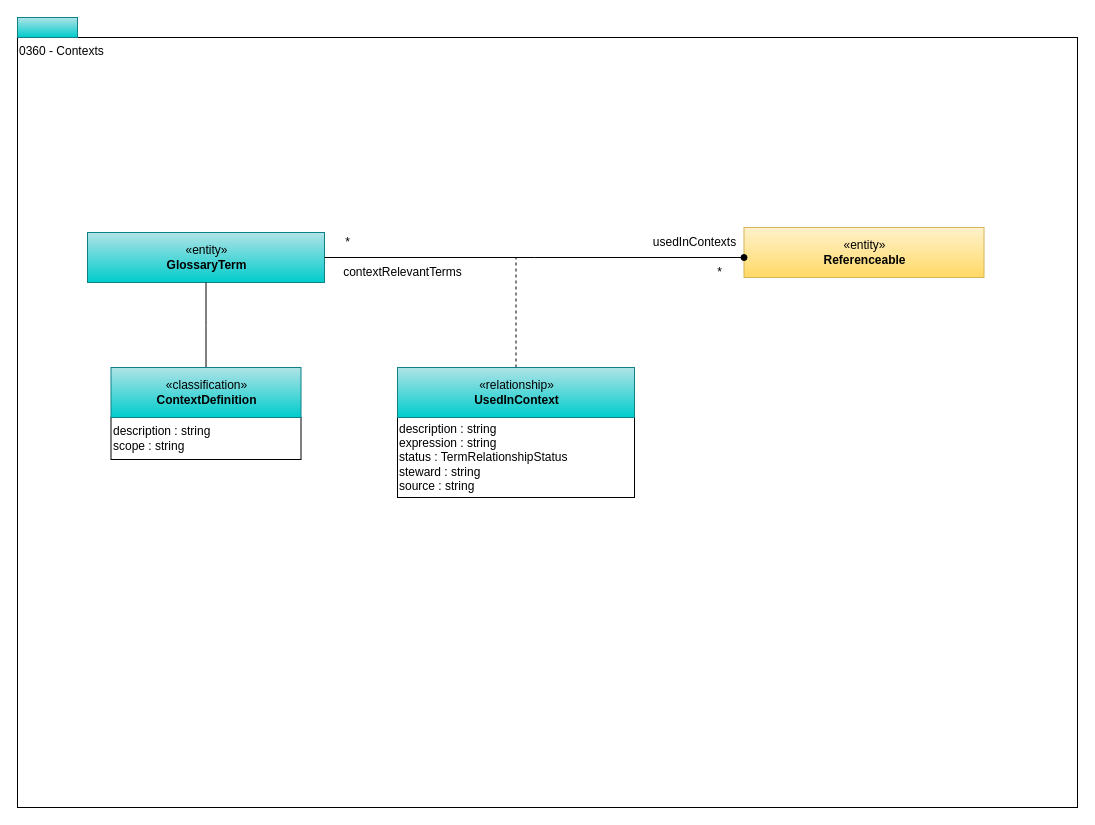
odpi/egeria-docs keeps this draw.io diagram as page "0360-Contexts" (8 of 13) of site/docs/types/3/area-3-glossary.drawio. Above is the earlier version. Source tidied: cells renumbered, new cells numbered last; positions are measured from the earlier drawing's top-left corner, leaving out a move shared by most shapes. Both pictures are drawn from the tidied source at 100%, with x=0, y=0 at pixel (17, 17).
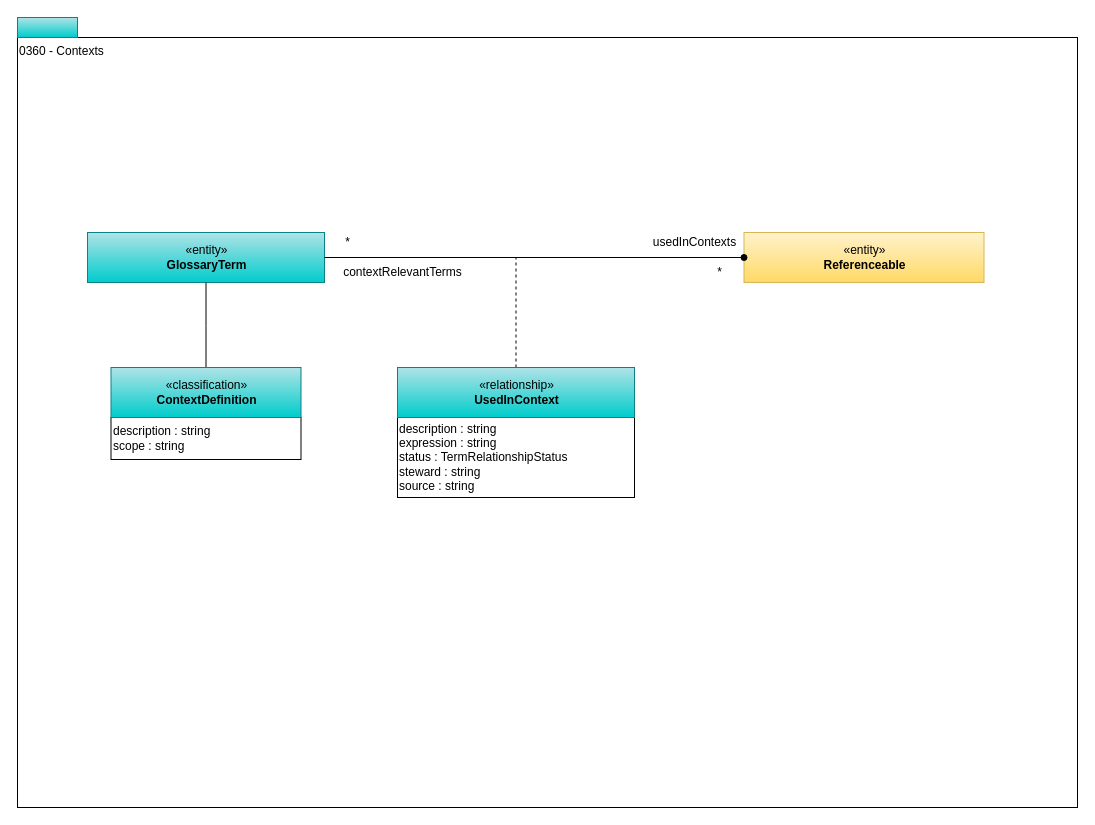
Above is the later version.

The edit, as a diff of the source:
```diff
@@
 <mxGraphModel>
   <root>
     <mxCell id="0" />
     <mxCell id="1" parent="0" />
     <mxCell id="2" value="0360 - Contexts" style="rounded=0;whiteSpace=wrap;html=1;align=left;verticalAlign=top;" parent="1" vertex="1">
       <mxGeometry y="20" width="1060" height="770" as="geometry" />
     </mxCell>
     <mxCell id="3" style="rounded=0;whiteSpace=wrap;html=1;align=left;fillColor=#b0e3e6;strokeColor=#0e8088;gradientColor=#00CCCC;" parent="1" vertex="1">
       <mxGeometry width="60" height="20" as="geometry" />
     </mxCell>
     <mxCell id="4" value="description : string&lt;br&gt;expression : string&lt;br&gt;status : TermRelationshipStatus&lt;br&gt;steward : string&lt;br&gt;source : string" style="rounded=0;whiteSpace=wrap;html=1;strokeColor=#000000;gradientColor=#ffffff;align=left;" parent="1" vertex="1">
       <mxGeometry x="380" y="400" width="237" height="80" as="geometry" />
     </mxCell>
     <mxCell id="5" style="edgeStyle=orthogonalEdgeStyle;rounded=0;jettySize=auto;html=1;endArrow=none;endFill=0;dashed=1;" parent="1" edge="1" source="6">
       <mxGeometry relative="1" as="geometry">
         <mxPoint x="498.5" y="240" as="targetPoint" />
       </mxGeometry>
     </mxCell>
     <mxCell id="6" value="«relationship»&lt;br&gt;&lt;b&gt;UsedInContext&lt;/b&gt;" style="html=1;strokeColor=#0e8088;align=center;fillColor=#b0e3e6;gradientColor=#00CCCC;" parent="1" vertex="1">
       <mxGeometry x="380" y="350" width="237" height="50" as="geometry" />
     </mxCell>
     <mxCell id="7" value="«entity»&lt;br&gt;&lt;b&gt;GlossaryTerm&lt;/b&gt;" style="html=1;strokeColor=#0e8088;align=center;fillColor=#b0e3e6;gradientColor=#00CCCC;" parent="1" vertex="1">
       <mxGeometry x="70" y="215" width="237" height="50" as="geometry" />
     </mxCell>
     <mxCell id="8" value="contextRelevantTerms" style="text;html=1;align=center;verticalAlign=middle;" parent="1" vertex="1">
       <mxGeometry x="320" y="245" width="130" height="20" as="geometry" />
     </mxCell>
     <mxCell id="9" value="usedInContexts" style="text;html=1;align=center;verticalAlign=middle;" parent="1" vertex="1">
       <mxGeometry x="626.5" y="215" width="100" height="20" as="geometry" />
     </mxCell>
     <mxCell id="10" value="*" style="text;html=1;align=center;verticalAlign=middle;" parent="1" vertex="1">
       <mxGeometry x="320" y="215" width="20" height="20" as="geometry" />
     </mxCell>
     <mxCell id="11" value="*" style="text;html=1;align=center;verticalAlign=middle;" parent="1" vertex="1">
       <mxGeometry x="691.5" y="245" width="20" height="20" as="geometry" />
     </mxCell>
     <mxCell id="12" value="description : string&lt;br&gt;scope : string&lt;br&gt;&lt;div style=&quot;text-align: left&quot;&gt;&lt;/div&gt;" style="rounded=0;whiteSpace=wrap;html=1;strokeColor=#000000;gradientColor=#ffffff;align=left;" parent="1" vertex="1">
       <mxGeometry x="93.5" y="400" width="190" height="42" as="geometry" />
     </mxCell>
     <mxCell id="13" style="edgeStyle=orthogonalEdgeStyle;rounded=0;jettySize=auto;html=1;exitX=0.5;exitY=0;exitDx=0;exitDy=0;endArrow=none;endFill=0;" parent="1" edge="1" source="14">
       <mxGeometry relative="1" as="geometry">
         <mxPoint x="188.5" y="265" as="targetPoint" />
       </mxGeometry>
     </mxCell>
     <mxCell id="14" value="«classification»&lt;br&gt;&lt;b&gt;ContextDefinition&lt;/b&gt;" style="html=1;strokeColor=#0e8088;align=center;fillColor=#b0e3e6;gradientColor=#00CCCC;" parent="1" vertex="1">
       <mxGeometry x="93.5" y="350" width="190" height="50" as="geometry" />
     </mxCell>
     <mxCell id="15" value="«entity»&lt;br&gt;&lt;b&gt;Referenceable&lt;/b&gt;" style="html=1;strokeColor=#d6b656;align=center;fillColor=#fff2cc;gradientColor=#ffd966;" parent="1" vertex="1">
-      <mxGeometry x="726.5" y="210" width="240" height="50" as="geometry" />
+      <mxGeometry x="726.5" y="215" width="240" height="50" as="geometry" />
     </mxCell>
-    <mxCell id="16" style="edgeStyle=orthogonalEdgeStyle;rounded=0;jettySize=auto;html=1;endArrow=oval;endFill=1;" parent="1" edge="1" source="7">
-      <mxGeometry relative="1" as="geometry">
-        <mxPoint x="726.5" y="240" as="targetPoint" />
-      </mxGeometry>
+    <mxCell id="16" style="edgeStyle=orthogonalEdgeStyle;rounded=0;jettySize=auto;html=1;endArrow=oval;endFill=1;entryX=0;entryY=0.5;entryDx=0;entryDy=0;" parent="1" edge="1" source="7" target="15">
+      <mxGeometry relative="1" as="geometry" />
     </mxCell>
   </root>
 </mxGraphModel>
```
